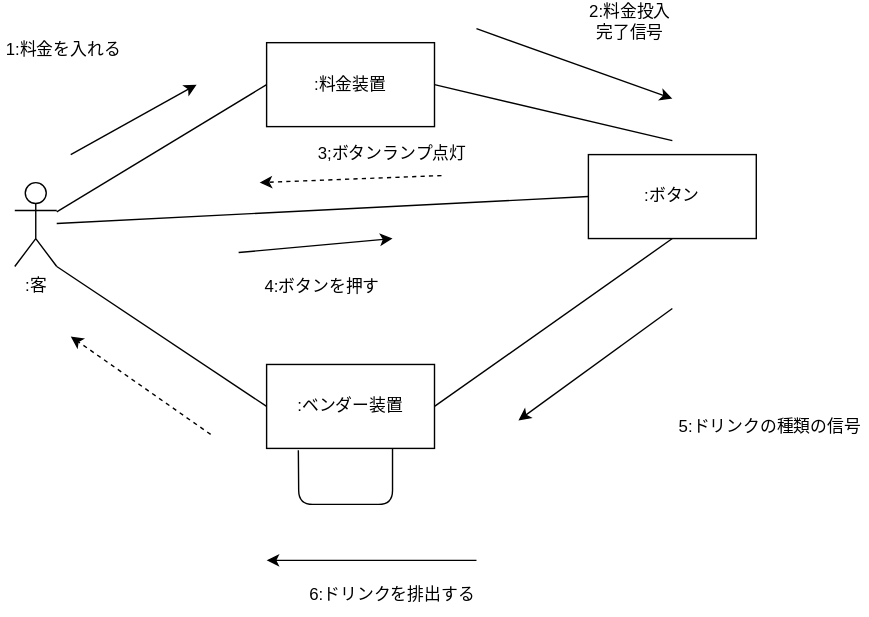
The draw.io diagram 演習6-4-4_コミュニケーション図_自動販売機.drawio.svg in TTaKesAwA/uml-intro, before a commit. Source tidied: cells renumbered, new cells last; positions are measured from the earlier drawing's top-left corner, leaving out a move shared by most shapes. Source of this version:
```xml
<mxGraphModel>
  <root>
    <mxCell id="0" />
    <mxCell id="1" parent="0" />
    <mxCell id="2" value=":客" style="shape=umlActor;verticalLabelPosition=bottom;verticalAlign=top;html=1;outlineConnect=0;" parent="1" vertex="1">
      <mxGeometry x="10" y="130" width="30" height="60" as="geometry" />
    </mxCell>
    <mxCell id="3" style="whiteSpace=wrap;html=1;verticalAlign=top;" parent="1" vertex="1">
      <mxGeometry x="190" y="30" width="120" height="60" as="geometry" />
    </mxCell>
    <mxCell id="4" value=":料金装置" style="text;html=1;strokeColor=none;fillColor=none;align=center;verticalAlign=middle;whiteSpace=wrap;rounded=0;" parent="1" vertex="1">
      <mxGeometry x="220" y="45" width="60" height="30" as="geometry" />
    </mxCell>
    <mxCell id="5" style="whiteSpace=wrap;html=1;verticalAlign=top;" parent="1" vertex="1">
      <mxGeometry x="420" y="110" width="120" height="60" as="geometry" />
    </mxCell>
    <mxCell id="6" value=":ボタン" style="text;html=1;strokeColor=none;fillColor=none;align=center;verticalAlign=middle;whiteSpace=wrap;rounded=0;" parent="1" vertex="1">
      <mxGeometry x="450" y="125" width="60" height="30" as="geometry" />
    </mxCell>
    <mxCell id="7" style="whiteSpace=wrap;html=1;" parent="1" vertex="1">
      <mxGeometry x="190" y="260" width="120" height="60" as="geometry" />
    </mxCell>
    <mxCell id="8" value=":ベンダー装置" style="text;html=1;strokeColor=none;fillColor=none;align=center;verticalAlign=middle;whiteSpace=wrap;rounded=0;" parent="1" vertex="1">
      <mxGeometry x="210" y="275" width="80" height="30" as="geometry" />
    </mxCell>
    <mxCell id="9" style="endArrow=none;html=1;entryX=1;entryY=0.5;entryDx=0;entryDy=0;" parent="1" edge="1" target="3">
      <mxGeometry relative="1" as="geometry">
        <mxPoint x="480" y="100" as="sourcePoint" />
      </mxGeometry>
    </mxCell>
    <mxCell id="10" style="endArrow=none;html=1;entryX=0;entryY=0.5;entryDx=0;entryDy=0;" parent="1" edge="1" source="2" target="3">
      <mxGeometry relative="1" as="geometry" />
    </mxCell>
    <mxCell id="11" style="endArrow=none;html=1;entryX=0.5;entryY=1;entryDx=0;entryDy=0;exitX=1;exitY=0.5;exitDx=0;exitDy=0;" parent="1" edge="1" source="7" target="5">
      <mxGeometry relative="1" as="geometry" />
    </mxCell>
    <mxCell id="12" style="endArrow=none;html=1;entryX=1;entryY=1;entryDx=0;entryDy=0;entryPerimeter=0;exitX=0;exitY=0.5;exitDx=0;exitDy=0;" parent="1" edge="1" source="7" target="2">
      <mxGeometry relative="1" as="geometry" />
    </mxCell>
    <mxCell id="13" style="endArrow=none;html=1;entryX=0;entryY=0.5;entryDx=0;entryDy=0;" parent="1" edge="1" source="2" target="5">
      <mxGeometry relative="1" as="geometry" />
    </mxCell>
    <mxCell id="14" style="endArrow=classic;html=1;" parent="1" edge="1">
      <mxGeometry relative="1" as="geometry">
        <mxPoint x="480" y="220" as="sourcePoint" />
        <mxPoint x="370" y="300" as="targetPoint" />
      </mxGeometry>
    </mxCell>
    <mxCell id="15" style="endArrow=classic;html=1;" parent="1" edge="1">
      <mxGeometry relative="1" as="geometry">
        <mxPoint x="50" y="110" as="sourcePoint" />
        <mxPoint x="140" y="60" as="targetPoint" />
      </mxGeometry>
    </mxCell>
    <mxCell id="16" value="1:料金を入れる" style="text;html=1;strokeColor=none;fillColor=none;align=center;verticalAlign=middle;whiteSpace=wrap;rounded=0;" parent="1" vertex="1">
      <mxGeometry y="20" width="90" height="30" as="geometry" />
    </mxCell>
    <mxCell id="17" style="endArrow=classic;html=1;" parent="1" edge="1">
      <mxGeometry relative="1" as="geometry">
        <mxPoint x="340" y="20" as="sourcePoint" />
        <mxPoint x="480" y="70" as="targetPoint" />
      </mxGeometry>
    </mxCell>
    <mxCell id="18" value="2:料金投入完了信号" style="text;html=1;strokeColor=none;fillColor=none;align=center;verticalAlign=middle;whiteSpace=wrap;rounded=0;" parent="1" vertex="1">
      <mxGeometry x="420" width="60" height="30" as="geometry" />
    </mxCell>
    <mxCell id="19" value="5:ドリンクの種類の信号" style="text;html=1;strokeColor=none;fillColor=none;align=center;verticalAlign=middle;whiteSpace=wrap;rounded=0;" parent="1" vertex="1">
      <mxGeometry x="480" y="290" width="140" height="30" as="geometry" />
    </mxCell>
    <mxCell id="20" style="endArrow=classic;html=1;dashed=1;" parent="1" edge="1">
      <mxGeometry relative="1" as="geometry">
        <mxPoint x="150" y="310" as="sourcePoint" />
        <mxPoint x="50" y="240" as="targetPoint" />
      </mxGeometry>
    </mxCell>
    <mxCell id="21" style="endArrow=none;html=1;entryX=0.75;entryY=1;entryDx=0;entryDy=0;exitX=0.189;exitY=1.022;exitDx=0;exitDy=0;exitPerimeter=0;" parent="1" edge="1" source="7" target="7">
      <mxGeometry relative="1" as="geometry">
        <Array as="points">
          <mxPoint x="213" y="360" />
          <mxPoint x="280" y="360" />
        </Array>
      </mxGeometry>
    </mxCell>
    <mxCell id="22" style="endArrow=classic;html=1;" parent="1" edge="1">
      <mxGeometry relative="1" as="geometry">
        <mxPoint x="340" y="400" as="sourcePoint" />
        <mxPoint x="190" y="400" as="targetPoint" />
      </mxGeometry>
    </mxCell>
    <mxCell id="23" value="6:ドリンクを排出する" style="text;html=1;strokeColor=none;fillColor=none;align=center;verticalAlign=middle;whiteSpace=wrap;rounded=0;" parent="1" vertex="1">
      <mxGeometry x="220" y="410" width="120" height="30" as="geometry" />
    </mxCell>
    <mxCell id="24" style="endArrow=classic;html=1;" parent="1" edge="1">
      <mxGeometry relative="1" as="geometry">
        <mxPoint x="170" y="180" as="sourcePoint" />
        <mxPoint x="280" y="170" as="targetPoint" />
      </mxGeometry>
    </mxCell>
    <mxCell id="25" value="4:ボタンを押す" style="text;html=1;strokeColor=none;fillColor=none;align=center;verticalAlign=middle;whiteSpace=wrap;rounded=0;" parent="1" vertex="1">
      <mxGeometry x="180" y="190" width="100" height="30" as="geometry" />
    </mxCell>
    <mxCell id="26" style="endArrow=classic;html=1;dashed=1;" parent="1" edge="1">
      <mxGeometry relative="1" as="geometry">
        <mxPoint x="315" y="125" as="sourcePoint" />
        <mxPoint x="185" y="130" as="targetPoint" />
      </mxGeometry>
    </mxCell>
    <mxCell id="27" value="3;ボタンランプ点灯" style="text;html=1;strokeColor=none;fillColor=none;align=center;verticalAlign=middle;whiteSpace=wrap;rounded=0;" parent="1" vertex="1">
      <mxGeometry x="220" y="95" width="120" height="30" as="geometry" />
    </mxCell>
  </root>
</mxGraphModel>
```
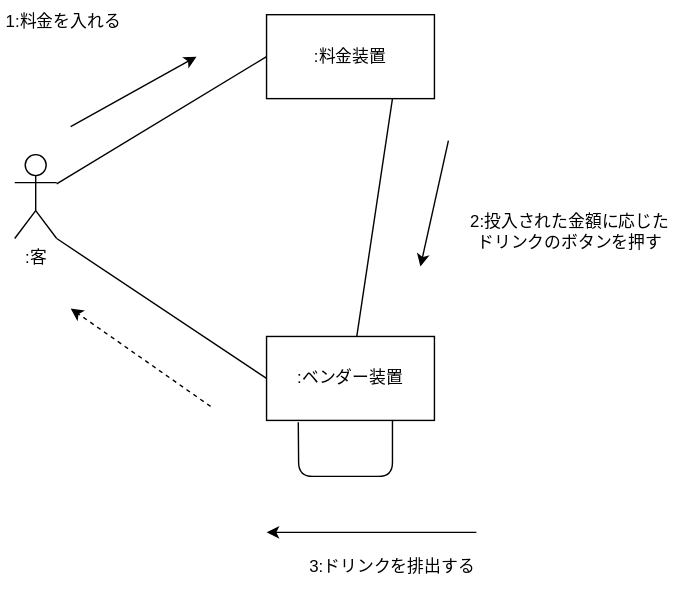
After the commit.

Change to the diagram source:
```diff
@@ -11,41 +11,21 @@
     <mxCell id="4" value=":料金装置" style="text;html=1;strokeColor=none;fillColor=none;align=center;verticalAlign=middle;whiteSpace=wrap;rounded=0;" parent="1" vertex="1">
       <mxGeometry x="220" y="45" width="60" height="30" as="geometry" />
     </mxCell>
-    <mxCell id="5" style="whiteSpace=wrap;html=1;verticalAlign=top;" parent="1" vertex="1">
-      <mxGeometry x="420" y="110" width="120" height="60" as="geometry" />
-    </mxCell>
-    <mxCell id="6" value=":ボタン" style="text;html=1;strokeColor=none;fillColor=none;align=center;verticalAlign=middle;whiteSpace=wrap;rounded=0;" parent="1" vertex="1">
-      <mxGeometry x="450" y="125" width="60" height="30" as="geometry" />
-    </mxCell>
     <mxCell id="7" style="whiteSpace=wrap;html=1;" parent="1" vertex="1">
       <mxGeometry x="190" y="260" width="120" height="60" as="geometry" />
     </mxCell>
     <mxCell id="8" value=":ベンダー装置" style="text;html=1;strokeColor=none;fillColor=none;align=center;verticalAlign=middle;whiteSpace=wrap;rounded=0;" parent="1" vertex="1">
       <mxGeometry x="210" y="275" width="80" height="30" as="geometry" />
     </mxCell>
-    <mxCell id="9" style="endArrow=none;html=1;entryX=1;entryY=0.5;entryDx=0;entryDy=0;" parent="1" edge="1" target="3">
-      <mxGeometry relative="1" as="geometry">
-        <mxPoint x="480" y="100" as="sourcePoint" />
-      </mxGeometry>
+    <mxCell id="9" style="endArrow=none;html=1;entryX=0.75;entryY=1;entryDx=0;entryDy=0;" parent="1" edge="1" source="7" target="3">
+      <mxGeometry relative="1" as="geometry" />
     </mxCell>
     <mxCell id="10" style="endArrow=none;html=1;entryX=0;entryY=0.5;entryDx=0;entryDy=0;" parent="1" edge="1" source="2" target="3">
       <mxGeometry relative="1" as="geometry" />
     </mxCell>
-    <mxCell id="11" style="endArrow=none;html=1;entryX=0.5;entryY=1;entryDx=0;entryDy=0;exitX=1;exitY=0.5;exitDx=0;exitDy=0;" parent="1" edge="1" source="7" target="5">
-      <mxGeometry relative="1" as="geometry" />
-    </mxCell>
     <mxCell id="12" style="endArrow=none;html=1;entryX=1;entryY=1;entryDx=0;entryDy=0;entryPerimeter=0;exitX=0;exitY=0.5;exitDx=0;exitDy=0;" parent="1" edge="1" source="7" target="2">
       <mxGeometry relative="1" as="geometry" />
     </mxCell>
-    <mxCell id="13" style="endArrow=none;html=1;entryX=0;entryY=0.5;entryDx=0;entryDy=0;" parent="1" edge="1" source="2" target="5">
-      <mxGeometry relative="1" as="geometry" />
-    </mxCell>
-    <mxCell id="14" style="endArrow=classic;html=1;" parent="1" edge="1">
-      <mxGeometry relative="1" as="geometry">
-        <mxPoint x="480" y="220" as="sourcePoint" />
-        <mxPoint x="370" y="300" as="targetPoint" />
-      </mxGeometry>
-    </mxCell>
     <mxCell id="15" style="endArrow=classic;html=1;" parent="1" edge="1">
       <mxGeometry relative="1" as="geometry">
         <mxPoint x="50" y="110" as="sourcePoint" />
@@ -57,16 +37,10 @@
     </mxCell>
     <mxCell id="17" style="endArrow=classic;html=1;" parent="1" edge="1">
       <mxGeometry relative="1" as="geometry">
-        <mxPoint x="340" y="20" as="sourcePoint" />
-        <mxPoint x="480" y="70" as="targetPoint" />
+        <mxPoint x="320" y="120" as="sourcePoint" />
+        <mxPoint x="300" y="210" as="targetPoint" />
       </mxGeometry>
     </mxCell>
-    <mxCell id="18" value="2:料金投入完了信号" style="text;html=1;strokeColor=none;fillColor=none;align=center;verticalAlign=middle;whiteSpace=wrap;rounded=0;" parent="1" vertex="1">
-      <mxGeometry x="420" width="60" height="30" as="geometry" />
-    </mxCell>
-    <mxCell id="19" value="5:ドリンクの種類の信号" style="text;html=1;strokeColor=none;fillColor=none;align=center;verticalAlign=middle;whiteSpace=wrap;rounded=0;" parent="1" vertex="1">
-      <mxGeometry x="480" y="290" width="140" height="30" as="geometry" />
-    </mxCell>
     <mxCell id="20" style="endArrow=classic;html=1;dashed=1;" parent="1" edge="1">
       <mxGeometry relative="1" as="geometry">
         <mxPoint x="150" y="310" as="sourcePoint" />
@@ -87,26 +61,11 @@
         <mxPoint x="190" y="400" as="targetPoint" />
       </mxGeometry>
     </mxCell>
-    <mxCell id="23" value="6:ドリンクを排出する" style="text;html=1;strokeColor=none;fillColor=none;align=center;verticalAlign=middle;whiteSpace=wrap;rounded=0;" parent="1" vertex="1">
+    <mxCell id="23" value="3:ドリンクを排出する" style="text;html=1;strokeColor=none;fillColor=none;align=center;verticalAlign=middle;whiteSpace=wrap;rounded=0;" parent="1" vertex="1">
       <mxGeometry x="220" y="410" width="120" height="30" as="geometry" />
     </mxCell>
-    <mxCell id="24" style="endArrow=classic;html=1;" parent="1" edge="1">
-      <mxGeometry relative="1" as="geometry">
-        <mxPoint x="170" y="180" as="sourcePoint" />
-        <mxPoint x="280" y="170" as="targetPoint" />
-      </mxGeometry>
-    </mxCell>
-    <mxCell id="25" value="4:ボタンを押す" style="text;html=1;strokeColor=none;fillColor=none;align=center;verticalAlign=middle;whiteSpace=wrap;rounded=0;" parent="1" vertex="1">
-      <mxGeometry x="180" y="190" width="100" height="30" as="geometry" />
-    </mxCell>
-    <mxCell id="26" style="endArrow=classic;html=1;dashed=1;" parent="1" edge="1">
-      <mxGeometry relative="1" as="geometry">
-        <mxPoint x="315" y="125" as="sourcePoint" />
-        <mxPoint x="185" y="130" as="targetPoint" />
-      </mxGeometry>
-    </mxCell>
-    <mxCell id="27" value="3;ボタンランプ点灯" style="text;html=1;strokeColor=none;fillColor=none;align=center;verticalAlign=middle;whiteSpace=wrap;rounded=0;" parent="1" vertex="1">
-      <mxGeometry x="220" y="95" width="120" height="30" as="geometry" />
-    </mxCell>
+    <mxCell id="28" value="2:投入された金額に応じたドリンクのボタンを押す" style="text;html=1;strokeColor=none;fillColor=none;align=center;verticalAlign=middle;whiteSpace=wrap;rounded=0;" parent="1" vertex="1">
+      <mxGeometry x="334" y="170" width="146" height="30" as="geometry" />
+    </mxCell>
   </root>
 </mxGraphModel>
```
